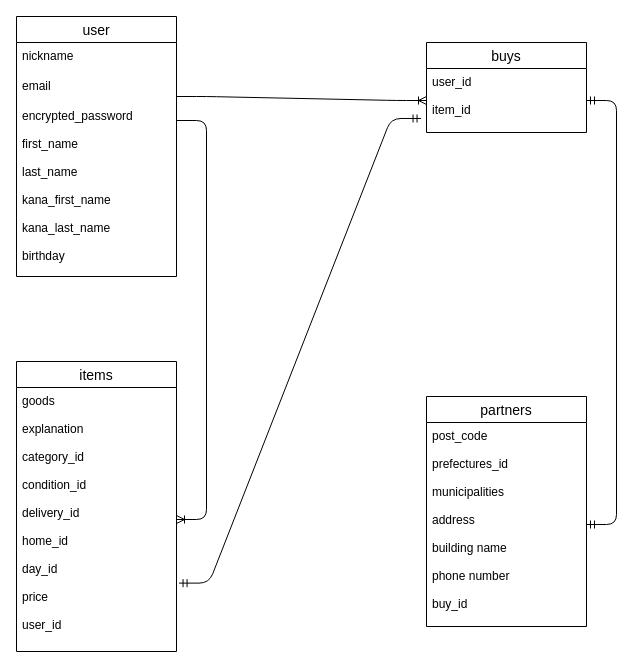
The draw.io diagram test.dio in masato315/furima-37662, before the edit. Source tidied: cells renumbered, new cells numbered last; positions are measured from the earlier drawing's top-left corner, leaving out a move shared by most shapes. Both pictures are drawn from the tidied source at 100%, with x=0, y=0 at pixel (16, 16).
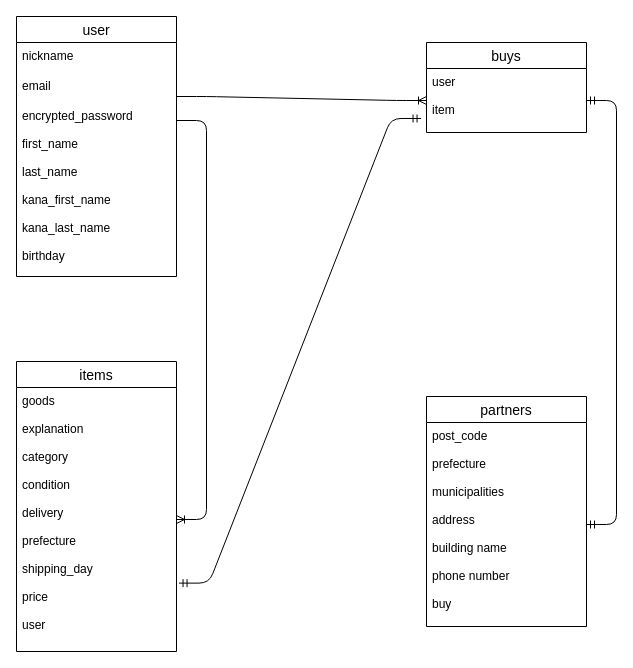
After the change.

Commit message (it also covers changes not shown here):
データベース（修正３）

What changed in the source:
```diff
@@
 <mxGraphModel>
   <root>
     <mxCell id="0" />
     <mxCell id="1" parent="0" />
     <mxCell id="2" value="user" style="swimlane;fontStyle=0;horizontal=1;startSize=26;align=center;fontSize=14;" parent="1" vertex="1">
       <mxGeometry width="160" height="260" as="geometry" />
     </mxCell>
     <mxCell id="3" value="nickname" style="text;strokeColor=none;fillColor=none;spacingLeft=4;spacingRight=4;overflow=hidden;fontSize=12;" parent="2" vertex="1">
       <mxGeometry y="26" width="160" height="30" as="geometry" />
     </mxCell>
     <mxCell id="4" value="email" style="text;strokeColor=none;fillColor=none;spacingLeft=4;spacingRight=4;overflow=hidden;fontSize=12;" parent="2" vertex="1">
       <mxGeometry y="56" width="160" height="30" as="geometry" />
     </mxCell>
     <mxCell id="5" value="encrypted_password&#10;&#10;first_name&#10;&#10;last_name&#10;&#10;kana_first_name&#10;&#10;kana_last_name&#10;&#10;birthday" style="text;strokeColor=none;fillColor=none;spacingLeft=4;spacingRight=4;overflow=hidden;fontSize=12;" parent="2" vertex="1">
       <mxGeometry y="86" width="160" height="174" as="geometry" />
     </mxCell>
     <mxCell id="6" value="items" style="swimlane;fontStyle=0;horizontal=1;startSize=26;align=center;fontSize=14;" parent="1" vertex="1">
       <mxGeometry y="345" width="160" height="290" as="geometry" />
     </mxCell>
-    <mxCell id="7" value="goods&#10;&#10;explanation&#10;&#10;category_id&#10;&#10;condition_id&#10;&#10;delivery_id&#10;&#10;home_id&#10;&#10;day_id&#10;&#10;price&#10;&#10;user_id" style="text;strokeColor=none;fillColor=none;spacingLeft=4;spacingRight=4;overflow=hidden;points=[[0,0.5],[1,0.5]];portConstraint=eastwest;fontSize=12;" parent="6" vertex="1">
+    <mxCell id="7" value="goods&#10;&#10;explanation&#10;&#10;category&#10;&#10;condition&#10;&#10;delivery&#10;&#10;prefecture&#10;&#10;shipping_day&#10;&#10;price&#10;&#10;user" style="text;strokeColor=none;fillColor=none;spacingLeft=4;spacingRight=4;overflow=hidden;points=[[0,0.5],[1,0.5]];portConstraint=eastwest;fontSize=12;" parent="6" vertex="1">
       <mxGeometry y="26" width="160" height="264" as="geometry" />
     </mxCell>
     <mxCell id="8" value="buys" style="swimlane;fontStyle=0;horizontal=1;startSize=26;align=center;fontSize=14;" parent="1" vertex="1">
       <mxGeometry x="410" y="26" width="160" height="90" as="geometry" />
     </mxCell>
-    <mxCell id="9" value="user_id&#10;&#10;item_id" style="text;strokeColor=none;fillColor=none;spacingLeft=4;spacingRight=4;overflow=hidden;points=[[0,0.5],[1,0.5]];portConstraint=eastwest;fontSize=12;" parent="8" vertex="1">
+    <mxCell id="9" value="user&#10;&#10;item" style="text;strokeColor=none;fillColor=none;spacingLeft=4;spacingRight=4;overflow=hidden;points=[[0,0.5],[1,0.5]];portConstraint=eastwest;fontSize=12;" parent="8" vertex="1">
       <mxGeometry y="26" width="160" height="64" as="geometry" />
     </mxCell>
     <mxCell id="10" value="partners" style="swimlane;fontStyle=0;horizontal=1;startSize=26;align=center;fontSize=14;" parent="1" vertex="1">
       <mxGeometry x="410" y="380" width="160" height="230" as="geometry" />
     </mxCell>
-    <mxCell id="11" value="post_code&#10;&#10;prefectures_id&#10;&#10;municipalities&#10;&#10;address&#10;&#10;building name&#10;&#10;phone number&#10;&#10;buy_id" style="text;strokeColor=none;fillColor=none;spacingLeft=4;spacingRight=4;overflow=hidden;points=[[0,0.5],[1,0.5]];portConstraint=eastwest;fontSize=12;" parent="10" vertex="1">
+    <mxCell id="11" value="post_code&#10;&#10;prefecture&#10;&#10;municipalities&#10;&#10;address&#10;&#10;building name&#10;&#10;phone number&#10;&#10;buy" style="text;strokeColor=none;fillColor=none;spacingLeft=4;spacingRight=4;overflow=hidden;points=[[0,0.5],[1,0.5]];portConstraint=eastwest;fontSize=12;" parent="10" vertex="1">
       <mxGeometry y="26" width="160" height="204" as="geometry" />
     </mxCell>
     <mxCell id="12" style="edgeStyle=entityRelationEdgeStyle;fontSize=12;html=1;endArrow=ERoneToMany;" parent="1" edge="1" target="7">
       <mxGeometry relative="1" as="geometry">
         <mxPoint x="160" y="104" as="sourcePoint" />
       </mxGeometry>
     </mxCell>
     <mxCell id="13" style="edgeStyle=entityRelationEdgeStyle;fontSize=12;html=1;endArrow=ERmandOne;startArrow=ERmandOne;exitX=1;exitY=0.5;exitDx=0;exitDy=0;" parent="1" edge="1" source="9" target="11">
       <mxGeometry relative="1" as="geometry" />
     </mxCell>
     <mxCell id="14" style="edgeStyle=entityRelationEdgeStyle;fontSize=12;html=1;endArrow=ERoneToMany;" parent="1" edge="1" target="9">
       <mxGeometry relative="1" as="geometry">
         <mxPoint x="160" y="80" as="sourcePoint" />
       </mxGeometry>
     </mxCell>
     <mxCell id="15" style="edgeStyle=entityRelationEdgeStyle;fontSize=12;html=1;endArrow=ERmandOne;startArrow=ERmandOne;exitX=1.016;exitY=0.741;exitDx=0;exitDy=0;exitPerimeter=0;entryX=-0.034;entryY=0.781;entryDx=0;entryDy=0;entryPerimeter=0;" parent="1" edge="1" source="7" target="9">
       <mxGeometry relative="1" as="geometry" />
     </mxCell>
   </root>
 </mxGraphModel>
```
